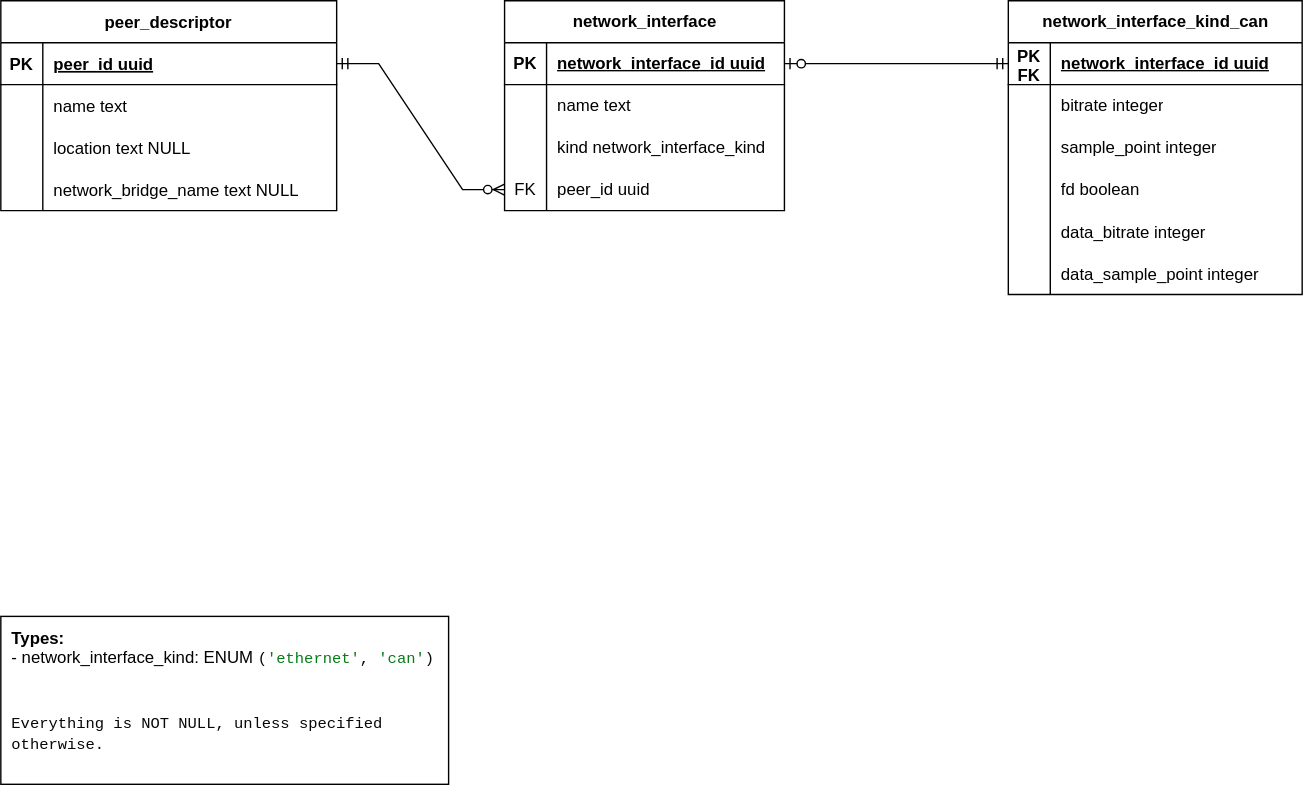
This is doc/src/architecture/carl/img/database-schema.svg from eclipse-opendut/opendut, a draw.io export, as it was before one commit. Source tidied: cells renumbered, new cells last; positions are measured from the earlier drawing's top-left corner, leaving out a move shared by most shapes.
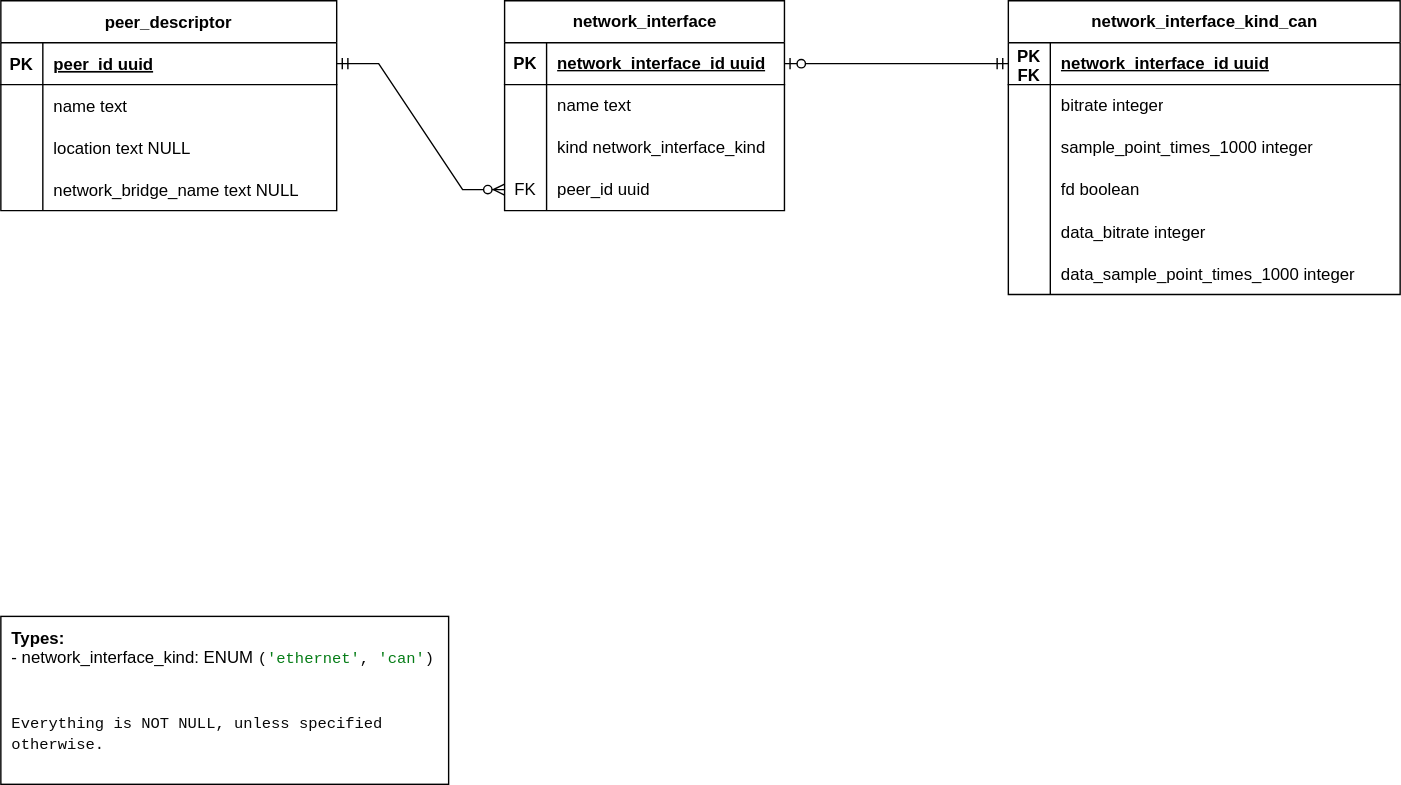
The same file after the commit.

The edit, as a diff of the source:
```diff
@@ -84,61 +84,61 @@
       <mxGeometry relative="1" as="geometry" />
     </mxCell>
     <mxCell id="29" value="network_interface_kind_can" style="shape=table;startSize=30;rowLines=0;fontStyle=1;align=center;html=1;" parent="1" vertex="1">
-      <mxGeometry x="720" width="210" height="210" as="geometry" />
+      <mxGeometry x="720" width="280" height="210" as="geometry" />
     </mxCell>
     <mxCell id="30" style="shape=tableRow;horizontal=0;startSize=0;swimlaneHead=0;swimlaneBody=0;fillColor=none;points=[[0,0.5],[1,0.5]];portConstraint=eastwest;top=0;left=0;right=0;bottom=1;" parent="29" vertex="1">
-      <mxGeometry y="30" width="210" height="30" as="geometry" />
+      <mxGeometry y="30" width="280" height="30" as="geometry" />
     </mxCell>
     <mxCell id="31" value="PK&lt;br&gt;FK" style="shape=partialRectangle;fillColor=none;top=0;left=0;bottom=0;right=0;fontStyle=1;overflow=hidden;whiteSpace=wrap;html=1;" parent="30" vertex="1">
       <mxGeometry width="30" height="30" as="geometry" />
     </mxCell>
     <mxCell id="32" value="network_interface_id uuid" style="shape=partialRectangle;fillColor=none;top=0;left=0;bottom=0;right=0;align=left;spacingLeft=6;fontStyle=5;overflow=hidden;whiteSpace=wrap;html=1;" parent="30" vertex="1">
-      <mxGeometry x="30" width="180" height="30" as="geometry" />
+      <mxGeometry x="30" width="250" height="30" as="geometry" />
     </mxCell>
     <mxCell id="33" style="shape=tableRow;horizontal=0;startSize=0;swimlaneHead=0;swimlaneBody=0;fillColor=none;top=0;left=0;right=0;bottom=0;" parent="29" vertex="1">
-      <mxGeometry y="60" width="210" height="30" as="geometry" />
+      <mxGeometry y="60" width="280" height="30" as="geometry" />
     </mxCell>
     <mxCell id="34" style="shape=partialRectangle;fillColor=none;top=0;left=0;bottom=0;right=0;overflow=hidden;whiteSpace=wrap;html=1;" parent="33" vertex="1">
       <mxGeometry width="30" height="30" as="geometry" />
     </mxCell>
     <mxCell id="35" value="bitrate integer" style="shape=partialRectangle;fillColor=none;top=0;left=0;bottom=0;right=0;align=left;spacingLeft=6;overflow=hidden;whiteSpace=wrap;html=1;" parent="33" vertex="1">
-      <mxGeometry x="30" width="180" height="30" as="geometry" />
+      <mxGeometry x="30" width="250" height="30" as="geometry" />
     </mxCell>
     <mxCell id="36" style="shape=tableRow;horizontal=0;startSize=0;swimlaneHead=0;swimlaneBody=0;fillColor=none;top=0;left=0;right=0;bottom=0;" parent="29" vertex="1">
-      <mxGeometry y="90" width="210" height="30" as="geometry" />
+      <mxGeometry y="90" width="280" height="30" as="geometry" />
     </mxCell>
     <mxCell id="37" style="shape=partialRectangle;fillColor=none;top=0;left=0;bottom=0;right=0;overflow=hidden;whiteSpace=wrap;html=1;" parent="36" vertex="1">
       <mxGeometry width="30" height="30" as="geometry" />
     </mxCell>
-    <mxCell id="38" value="sample_point integer" style="shape=partialRectangle;fillColor=none;top=0;left=0;bottom=0;right=0;align=left;spacingLeft=6;overflow=hidden;whiteSpace=wrap;html=1;" parent="36" vertex="1">
-      <mxGeometry x="30" width="180" height="30" as="geometry" />
+    <mxCell id="38" value="sample_point_times_1000 integer" style="shape=partialRectangle;fillColor=none;top=0;left=0;bottom=0;right=0;align=left;spacingLeft=6;overflow=hidden;whiteSpace=wrap;html=1;" parent="36" vertex="1">
+      <mxGeometry x="30" width="250" height="30" as="geometry" />
     </mxCell>
     <mxCell id="39" style="shape=tableRow;horizontal=0;startSize=0;swimlaneHead=0;swimlaneBody=0;fillColor=none;top=0;left=0;right=0;bottom=0;" parent="29" vertex="1">
-      <mxGeometry y="120" width="210" height="30" as="geometry" />
+      <mxGeometry y="120" width="280" height="30" as="geometry" />
     </mxCell>
     <mxCell id="40" style="shape=partialRectangle;fillColor=none;top=0;left=0;bottom=0;right=0;overflow=hidden;whiteSpace=wrap;html=1;" parent="39" vertex="1">
       <mxGeometry width="30" height="30" as="geometry" />
     </mxCell>
     <mxCell id="41" value="fd boolean" style="shape=partialRectangle;fillColor=none;top=0;left=0;bottom=0;right=0;align=left;spacingLeft=6;overflow=hidden;whiteSpace=wrap;html=1;" parent="39" vertex="1">
-      <mxGeometry x="30" width="180" height="30" as="geometry" />
+      <mxGeometry x="30" width="250" height="30" as="geometry" />
     </mxCell>
     <mxCell id="42" style="shape=tableRow;horizontal=0;startSize=0;swimlaneHead=0;swimlaneBody=0;fillColor=none;top=0;left=0;right=0;bottom=0;" parent="29" vertex="1">
-      <mxGeometry y="150" width="210" height="30" as="geometry" />
+      <mxGeometry y="150" width="280" height="30" as="geometry" />
     </mxCell>
     <mxCell id="43" style="shape=partialRectangle;fillColor=none;top=0;left=0;bottom=0;right=0;overflow=hidden;" parent="42" vertex="1">
       <mxGeometry width="30" height="30" as="geometry" />
     </mxCell>
     <mxCell id="44" value="data_bitrate integer" style="shape=partialRectangle;fillColor=none;top=0;left=0;bottom=0;right=0;align=left;spacingLeft=6;overflow=hidden;" parent="42" vertex="1">
-      <mxGeometry x="30" width="180" height="30" as="geometry" />
+      <mxGeometry x="30" width="250" height="30" as="geometry" />
     </mxCell>
     <mxCell id="45" style="shape=tableRow;horizontal=0;startSize=0;swimlaneHead=0;swimlaneBody=0;fillColor=none;top=0;left=0;right=0;bottom=0;" parent="29" vertex="1">
-      <mxGeometry y="180" width="210" height="30" as="geometry" />
+      <mxGeometry y="180" width="280" height="30" as="geometry" />
     </mxCell>
     <mxCell id="46" style="shape=partialRectangle;fillColor=none;top=0;left=0;bottom=0;right=0;overflow=hidden;" parent="45" vertex="1">
       <mxGeometry width="30" height="30" as="geometry" />
     </mxCell>
-    <mxCell id="47" value="data_sample_point integer" style="shape=partialRectangle;fillColor=none;top=0;left=0;bottom=0;right=0;align=left;spacingLeft=6;overflow=hidden;" parent="45" vertex="1">
-      <mxGeometry x="30" width="180" height="30" as="geometry" />
+    <mxCell id="47" value="data_sample_point_times_1000 integer" style="shape=partialRectangle;fillColor=none;top=0;left=0;bottom=0;right=0;align=left;spacingLeft=6;overflow=hidden;" parent="45" vertex="1">
+      <mxGeometry x="30" width="250" height="30" as="geometry" />
     </mxCell>
     <mxCell id="48" style="edgeStyle=entityRelationEdgeStyle;fontSize=12;html=1;endArrow=ERzeroToOne;startArrow=ERmandOne;rounded=0;exitX=0;exitY=0.5;exitDx=0;exitDy=0;entryX=1;entryY=0.5;entryDx=0;entryDy=0;" parent="1" edge="1" source="30" target="16">
       <mxGeometry relative="1" as="geometry" />
```
